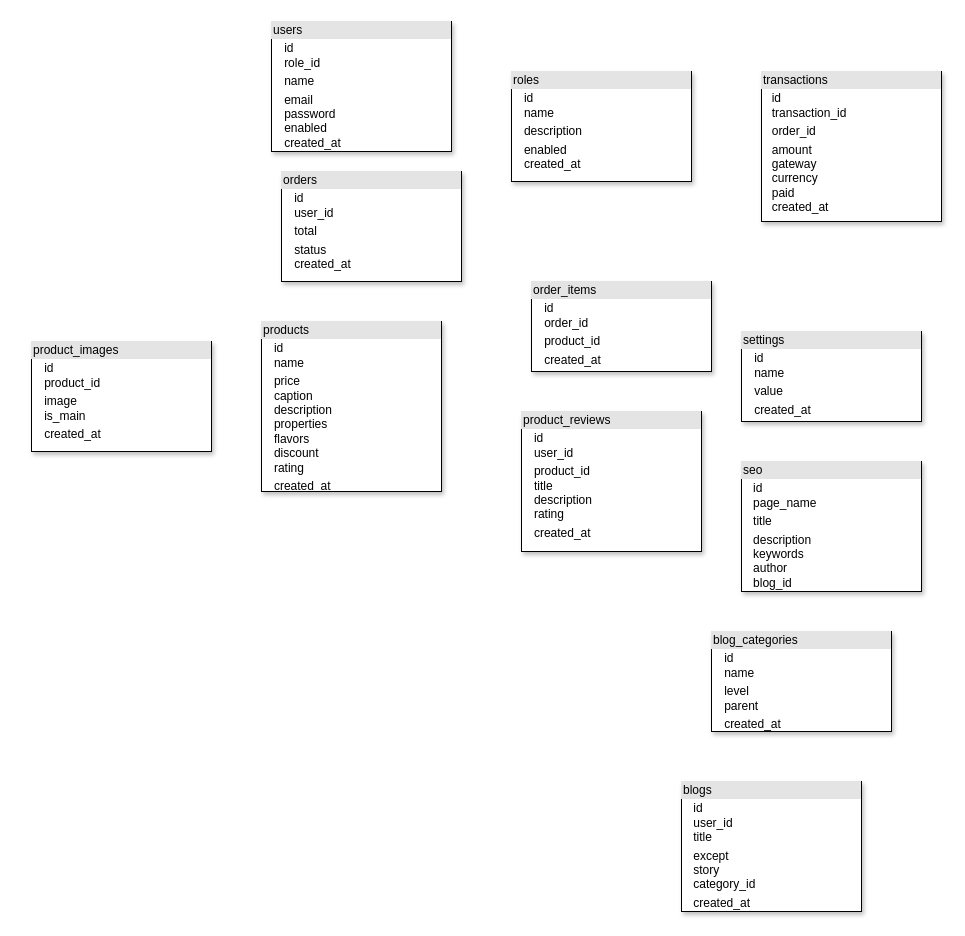
JS-Hub-ZW/E-Commerce-ZW keeps this draw.io diagram as page "ERD" (4 of 4) of designs/ecommerce.drawio. Above is the earlier version. Source tidied: cells renumbered, new cells numbered last; positions are measured from the earlier drawing's top-left corner, leaving out a move shared by most shapes. Both pictures are drawn from the tidied source at 100%, with x=0, y=0 at pixel (31, 21).
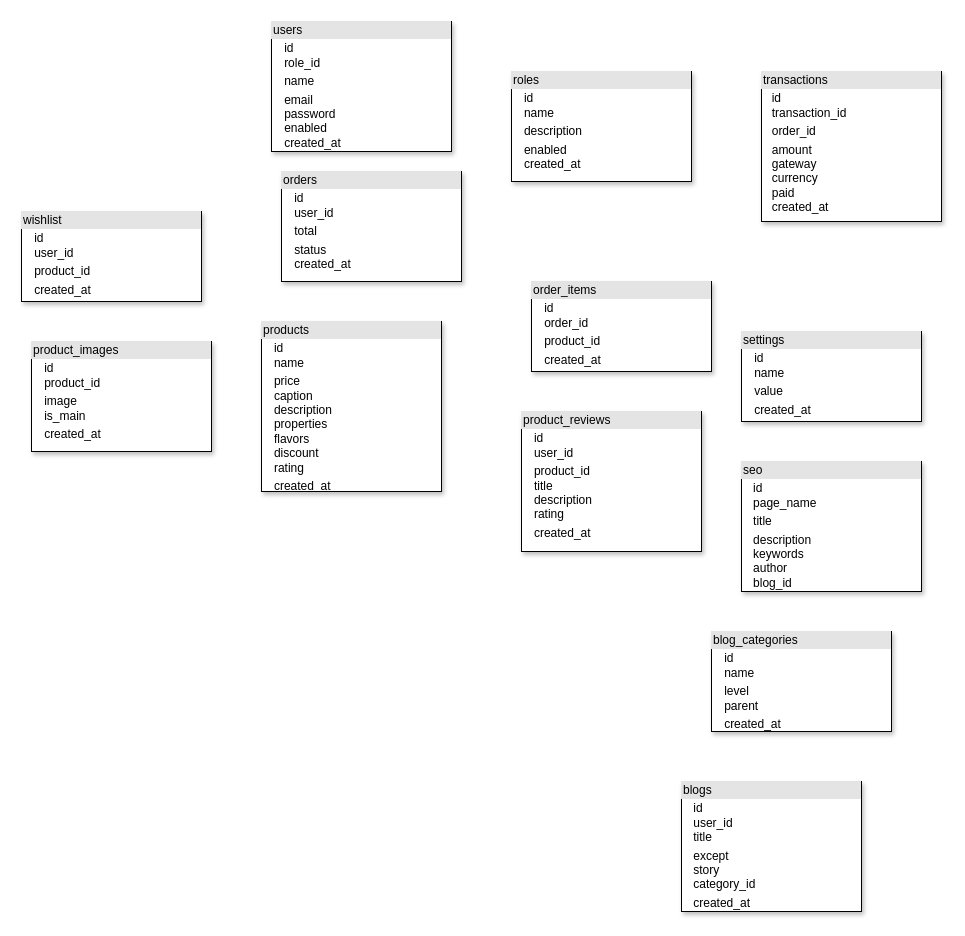
The same diagram, later.

Commit message (it also covers changes not shown here):
Added wishlist table

Change to the diagram source:
```diff
@@
 <mxGraphModel>
   <root>
     <mxCell id="0" />
     <mxCell id="1" parent="0" />
     <mxCell id="2" value="&lt;div style=&quot;box-sizing: border-box ; width: 100% ; background: #e4e4e4 ; padding: 2px&quot;&gt;users&lt;/div&gt;&lt;table style=&quot;width: 100% ; font-size: 1em&quot; cellpadding=&quot;2&quot; cellspacing=&quot;0&quot;&gt;&lt;tbody&gt;&lt;tr&gt;&lt;td&gt;&lt;/td&gt;&lt;td&gt;id&lt;br&gt;role_id&lt;/td&gt;&lt;/tr&gt;&lt;tr&gt;&lt;td&gt;&lt;br&gt;&lt;/td&gt;&lt;td&gt;name&lt;/td&gt;&lt;/tr&gt;&lt;tr&gt;&lt;td&gt;&lt;/td&gt;&lt;td&gt;email&lt;br&gt;password&lt;br&gt;enabled&lt;br&gt;created_at&lt;/td&gt;&lt;/tr&gt;&lt;/tbody&gt;&lt;/table&gt;" style="verticalAlign=top;align=left;overflow=fill;html=1;rounded=0;sketch=0;fontSize=12;shadow=1;" parent="1" vertex="1">
       <mxGeometry x="240" width="180" height="130" as="geometry" />
     </mxCell>
     <mxCell id="3" value="&lt;div style=&quot;box-sizing: border-box ; width: 100% ; background: #e4e4e4 ; padding: 2px&quot;&gt;transactions&lt;/div&gt;&lt;table style=&quot;width: 100% ; font-size: 1em&quot; cellpadding=&quot;2&quot; cellspacing=&quot;0&quot;&gt;&lt;tbody&gt;&lt;tr&gt;&lt;td&gt;&lt;/td&gt;&lt;td&gt;id&lt;br&gt;transaction_id&lt;/td&gt;&lt;/tr&gt;&lt;tr&gt;&lt;td&gt;&lt;br&gt;&lt;/td&gt;&lt;td&gt;order_id&lt;/td&gt;&lt;/tr&gt;&lt;tr&gt;&lt;td&gt;&lt;/td&gt;&lt;td&gt;amount&lt;br&gt;gateway&lt;br&gt;currency&lt;br&gt;paid&lt;br&gt;created_at&lt;/td&gt;&lt;/tr&gt;&lt;/tbody&gt;&lt;/table&gt;" style="verticalAlign=top;align=left;overflow=fill;html=1;rounded=0;sketch=0;fontSize=12;shadow=1;" parent="1" vertex="1">
       <mxGeometry x="730" y="50" width="180" height="150" as="geometry" />
     </mxCell>
     <mxCell id="4" value="&lt;div style=&quot;box-sizing: border-box ; width: 100% ; background: #e4e4e4 ; padding: 2px&quot;&gt;orders&lt;/div&gt;&lt;table style=&quot;width: 100% ; font-size: 1em&quot; cellpadding=&quot;2&quot; cellspacing=&quot;0&quot;&gt;&lt;tbody&gt;&lt;tr&gt;&lt;td&gt;&lt;/td&gt;&lt;td&gt;id&lt;br&gt;user_id&lt;/td&gt;&lt;/tr&gt;&lt;tr&gt;&lt;td&gt;&lt;br&gt;&lt;/td&gt;&lt;td&gt;total&lt;/td&gt;&lt;/tr&gt;&lt;tr&gt;&lt;td&gt;&lt;/td&gt;&lt;td&gt;status&lt;br&gt;created_at&lt;/td&gt;&lt;/tr&gt;&lt;/tbody&gt;&lt;/table&gt;" style="verticalAlign=top;align=left;overflow=fill;html=1;rounded=0;sketch=0;fontSize=12;shadow=1;" parent="1" vertex="1">
       <mxGeometry x="250" y="150" width="180" height="110" as="geometry" />
     </mxCell>
     <mxCell id="5" value="&lt;div style=&quot;box-sizing: border-box ; width: 100% ; background: #e4e4e4 ; padding: 2px&quot;&gt;order_items&lt;/div&gt;&lt;table style=&quot;width: 100% ; font-size: 1em&quot; cellpadding=&quot;2&quot; cellspacing=&quot;0&quot;&gt;&lt;tbody&gt;&lt;tr&gt;&lt;td&gt;&lt;/td&gt;&lt;td&gt;id&lt;br&gt;order_id&lt;/td&gt;&lt;/tr&gt;&lt;tr&gt;&lt;td&gt;&lt;br&gt;&lt;/td&gt;&lt;td&gt;product_id&lt;/td&gt;&lt;/tr&gt;&lt;tr&gt;&lt;td&gt;&lt;/td&gt;&lt;td&gt;created_at&lt;br&gt;&lt;/td&gt;&lt;/tr&gt;&lt;/tbody&gt;&lt;/table&gt;" style="verticalAlign=top;align=left;overflow=fill;html=1;rounded=0;sketch=0;fontSize=12;shadow=1;" parent="1" vertex="1">
       <mxGeometry x="500" y="260" width="180" height="90" as="geometry" />
     </mxCell>
     <mxCell id="6" value="&lt;div style=&quot;box-sizing: border-box ; width: 100% ; background: #e4e4e4 ; padding: 2px&quot;&gt;products&lt;/div&gt;&lt;table style=&quot;width: 100% ; font-size: 1em&quot; cellpadding=&quot;2&quot; cellspacing=&quot;0&quot;&gt;&lt;tbody&gt;&lt;tr&gt;&lt;td&gt;&lt;/td&gt;&lt;td&gt;id&lt;br&gt;name&lt;/td&gt;&lt;/tr&gt;&lt;tr&gt;&lt;td&gt;&lt;br&gt;&lt;/td&gt;&lt;td&gt;price&lt;br&gt;caption&lt;br&gt;description&lt;br&gt;properties&lt;br&gt;flavors&lt;br&gt;discount&lt;br&gt;rating&lt;/td&gt;&lt;/tr&gt;&lt;tr&gt;&lt;td&gt;&lt;/td&gt;&lt;td&gt;created_at&lt;br&gt;&lt;/td&gt;&lt;/tr&gt;&lt;/tbody&gt;&lt;/table&gt;" style="verticalAlign=top;align=left;overflow=fill;html=1;rounded=0;sketch=0;fontSize=12;shadow=1;" parent="1" vertex="1">
       <mxGeometry x="230" y="300" width="180" height="170" as="geometry" />
     </mxCell>
     <mxCell id="7" value="&lt;div style=&quot;box-sizing: border-box ; width: 100% ; background: #e4e4e4 ; padding: 2px&quot;&gt;product_reviews&lt;/div&gt;&lt;table style=&quot;width: 100% ; font-size: 1em&quot; cellpadding=&quot;2&quot; cellspacing=&quot;0&quot;&gt;&lt;tbody&gt;&lt;tr&gt;&lt;td&gt;&lt;/td&gt;&lt;td&gt;id&lt;br&gt;user_id&lt;/td&gt;&lt;/tr&gt;&lt;tr&gt;&lt;td&gt;&lt;br&gt;&lt;/td&gt;&lt;td&gt;product_id&lt;br&gt;title&lt;br&gt;description&lt;br&gt;rating&lt;br&gt;&lt;/td&gt;&lt;/tr&gt;&lt;tr&gt;&lt;td&gt;&lt;/td&gt;&lt;td&gt;created_at&lt;br&gt;&lt;/td&gt;&lt;/tr&gt;&lt;/tbody&gt;&lt;/table&gt;" style="verticalAlign=top;align=left;overflow=fill;html=1;rounded=0;sketch=0;fontSize=12;shadow=1;" parent="1" vertex="1">
       <mxGeometry x="490" y="390" width="180" height="140" as="geometry" />
     </mxCell>
     <mxCell id="8" value="&lt;div style=&quot;box-sizing: border-box ; width: 100% ; background: #e4e4e4 ; padding: 2px&quot;&gt;settings&lt;/div&gt;&lt;table style=&quot;width: 100% ; font-size: 1em&quot; cellpadding=&quot;2&quot; cellspacing=&quot;0&quot;&gt;&lt;tbody&gt;&lt;tr&gt;&lt;td&gt;&lt;/td&gt;&lt;td&gt;id&lt;br&gt;name&lt;/td&gt;&lt;/tr&gt;&lt;tr&gt;&lt;td&gt;&lt;br&gt;&lt;/td&gt;&lt;td&gt;value&lt;br&gt;&lt;/td&gt;&lt;/tr&gt;&lt;tr&gt;&lt;td&gt;&lt;/td&gt;&lt;td&gt;created_at&lt;br&gt;&lt;/td&gt;&lt;/tr&gt;&lt;/tbody&gt;&lt;/table&gt;" style="verticalAlign=top;align=left;overflow=fill;html=1;rounded=0;sketch=0;fontSize=12;shadow=1;" parent="1" vertex="1">
       <mxGeometry x="710" y="310" width="180" height="90" as="geometry" />
     </mxCell>
     <mxCell id="9" value="&lt;div style=&quot;box-sizing: border-box ; width: 100% ; background: #e4e4e4 ; padding: 2px&quot;&gt;seo&lt;/div&gt;&lt;table style=&quot;width: 100% ; font-size: 1em&quot; cellpadding=&quot;2&quot; cellspacing=&quot;0&quot;&gt;&lt;tbody&gt;&lt;tr&gt;&lt;td&gt;&lt;/td&gt;&lt;td&gt;id&lt;br&gt;page_name&lt;/td&gt;&lt;/tr&gt;&lt;tr&gt;&lt;td&gt;&lt;br&gt;&lt;/td&gt;&lt;td&gt;title&lt;/td&gt;&lt;/tr&gt;&lt;tr&gt;&lt;td&gt;&lt;/td&gt;&lt;td&gt;description&lt;br&gt;keywords&lt;br&gt;author&lt;br&gt;blog_id&lt;/td&gt;&lt;/tr&gt;&lt;/tbody&gt;&lt;/table&gt;" style="verticalAlign=top;align=left;overflow=fill;html=1;rounded=0;sketch=0;fontSize=12;shadow=1;" parent="1" vertex="1">
       <mxGeometry x="710" y="440" width="180" height="130" as="geometry" />
     </mxCell>
     <mxCell id="10" value="&lt;div style=&quot;box-sizing: border-box ; width: 100% ; background: #e4e4e4 ; padding: 2px&quot;&gt;roles&lt;/div&gt;&lt;table style=&quot;width: 100% ; font-size: 1em&quot; cellpadding=&quot;2&quot; cellspacing=&quot;0&quot;&gt;&lt;tbody&gt;&lt;tr&gt;&lt;td&gt;&lt;/td&gt;&lt;td&gt;id&lt;br&gt;name&lt;/td&gt;&lt;/tr&gt;&lt;tr&gt;&lt;td&gt;&lt;br&gt;&lt;/td&gt;&lt;td&gt;description&lt;/td&gt;&lt;/tr&gt;&lt;tr&gt;&lt;td&gt;&lt;/td&gt;&lt;td&gt;enabled&lt;br&gt;created_at&lt;/td&gt;&lt;/tr&gt;&lt;/tbody&gt;&lt;/table&gt;" style="verticalAlign=top;align=left;overflow=fill;html=1;rounded=0;sketch=0;fontSize=12;shadow=1;" parent="1" vertex="1">
       <mxGeometry x="480" y="50" width="180" height="110" as="geometry" />
     </mxCell>
     <mxCell id="11" value="&lt;div style=&quot;box-sizing: border-box ; width: 100% ; background: #e4e4e4 ; padding: 2px&quot;&gt;blog_categories&lt;/div&gt;&lt;table style=&quot;width: 100% ; font-size: 1em&quot; cellpadding=&quot;2&quot; cellspacing=&quot;0&quot;&gt;&lt;tbody&gt;&lt;tr&gt;&lt;td&gt;&lt;/td&gt;&lt;td&gt;id&lt;br&gt;name&lt;/td&gt;&lt;/tr&gt;&lt;tr&gt;&lt;td&gt;&lt;br&gt;&lt;/td&gt;&lt;td&gt;level&lt;br&gt;parent&lt;/td&gt;&lt;/tr&gt;&lt;tr&gt;&lt;td&gt;&lt;/td&gt;&lt;td&gt;created_at&lt;br&gt;&lt;/td&gt;&lt;/tr&gt;&lt;/tbody&gt;&lt;/table&gt;" style="verticalAlign=top;align=left;overflow=fill;html=1;rounded=0;sketch=0;fontSize=12;shadow=1;" parent="1" vertex="1">
       <mxGeometry x="680" y="610" width="180" height="100" as="geometry" />
     </mxCell>
     <mxCell id="12" value="&lt;div style=&quot;box-sizing: border-box ; width: 100% ; background: #e4e4e4 ; padding: 2px&quot;&gt;blogs&lt;/div&gt;&lt;table style=&quot;width: 100% ; font-size: 1em&quot; cellpadding=&quot;2&quot; cellspacing=&quot;0&quot;&gt;&lt;tbody&gt;&lt;tr&gt;&lt;td&gt;&lt;/td&gt;&lt;td&gt;id&lt;br&gt;user_id&lt;br&gt;title&lt;/td&gt;&lt;/tr&gt;&lt;tr&gt;&lt;td&gt;&lt;br&gt;&lt;/td&gt;&lt;td&gt;except&lt;br&gt;story&lt;br&gt;category_id&lt;/td&gt;&lt;/tr&gt;&lt;tr&gt;&lt;td&gt;&lt;/td&gt;&lt;td&gt;created_at&lt;br&gt;&lt;/td&gt;&lt;/tr&gt;&lt;/tbody&gt;&lt;/table&gt;" style="verticalAlign=top;align=left;overflow=fill;html=1;rounded=0;sketch=0;fontSize=12;shadow=1;" parent="1" vertex="1">
       <mxGeometry x="650" y="760" width="180" height="130" as="geometry" />
     </mxCell>
     <mxCell id="13" value="&lt;div style=&quot;box-sizing: border-box ; width: 100% ; background: #e4e4e4 ; padding: 2px&quot;&gt;product_images&lt;/div&gt;&lt;table style=&quot;width: 100% ; font-size: 1em&quot; cellpadding=&quot;2&quot; cellspacing=&quot;0&quot;&gt;&lt;tbody&gt;&lt;tr&gt;&lt;td&gt;&lt;/td&gt;&lt;td&gt;id&lt;br&gt;product_id&lt;/td&gt;&lt;/tr&gt;&lt;tr&gt;&lt;td&gt;&lt;br&gt;&lt;/td&gt;&lt;td&gt;image&lt;br&gt;is_main&lt;br&gt;&lt;/td&gt;&lt;/tr&gt;&lt;tr&gt;&lt;td&gt;&lt;/td&gt;&lt;td&gt;created_at&lt;br&gt;&lt;/td&gt;&lt;/tr&gt;&lt;/tbody&gt;&lt;/table&gt;" style="verticalAlign=top;align=left;overflow=fill;html=1;rounded=0;sketch=0;fontSize=12;shadow=1;" parent="1" vertex="1">
       <mxGeometry y="320" width="180" height="110" as="geometry" />
     </mxCell>
+    <mxCell id="14" value="&lt;div style=&quot;box-sizing: border-box ; width: 100% ; background: #e4e4e4 ; padding: 2px&quot;&gt;wishlist&lt;/div&gt;&lt;table style=&quot;width: 100% ; font-size: 1em&quot; cellpadding=&quot;2&quot; cellspacing=&quot;0&quot;&gt;&lt;tbody&gt;&lt;tr&gt;&lt;td&gt;&lt;/td&gt;&lt;td&gt;id&lt;br&gt;user_id&lt;/td&gt;&lt;/tr&gt;&lt;tr&gt;&lt;td&gt;&lt;br&gt;&lt;/td&gt;&lt;td&gt;product_id&lt;/td&gt;&lt;/tr&gt;&lt;tr&gt;&lt;td&gt;&lt;/td&gt;&lt;td&gt;created_at&lt;br&gt;&lt;/td&gt;&lt;/tr&gt;&lt;/tbody&gt;&lt;/table&gt;" style="verticalAlign=top;align=left;overflow=fill;html=1;rounded=0;sketch=0;fontSize=12;shadow=1;" parent="1" vertex="1">
+      <mxGeometry x="-10" y="190" width="180" height="90" as="geometry" />
+    </mxCell>
   </root>
 </mxGraphModel>
```
